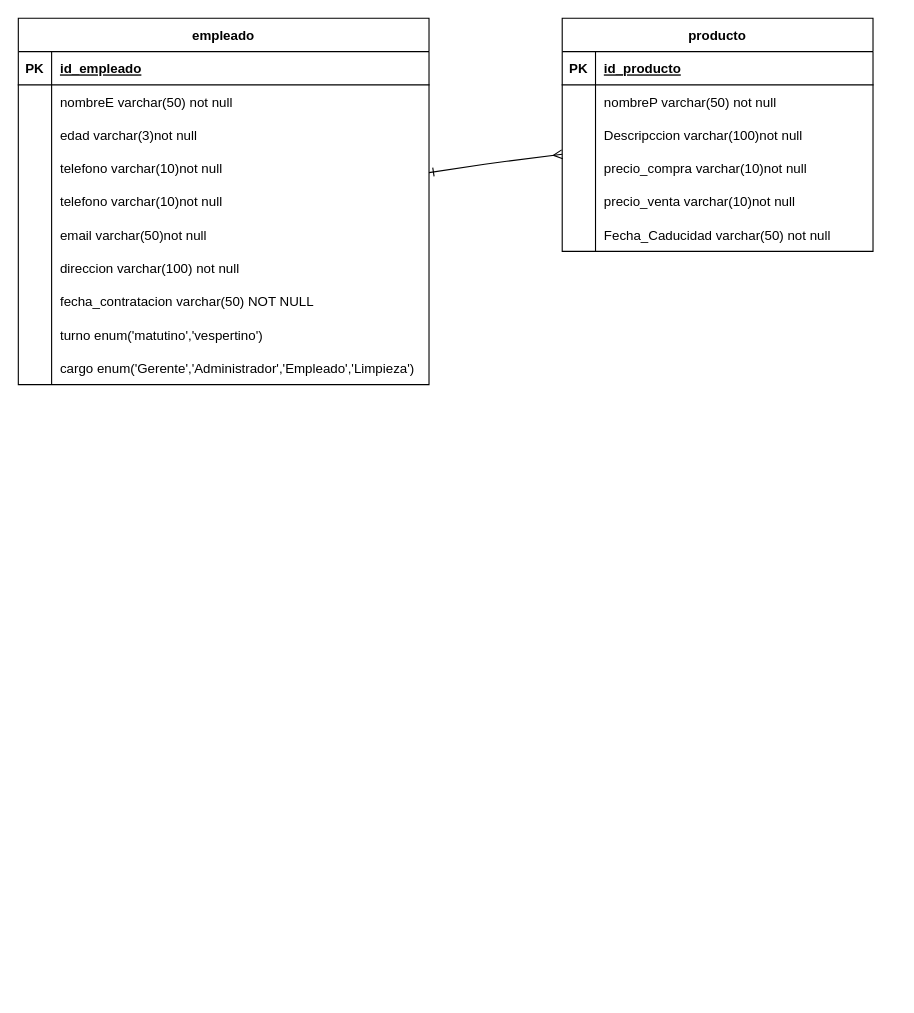
This is page "tabla-identidad_relacion" (2 of 2) of DIAGRAMAS/TIENDA.dio from HECTOR-KDM02/FDB-Hector-Santiago, a draw.io file, before an edit. Source tidied: cells renumbered, new cells numbered last; positions are measured from the earlier drawing's top-left corner, leaving out a move shared by most shapes. Both pictures are drawn from the tidied source at 111%, with x=0, y=0 at pixel (18, 18).
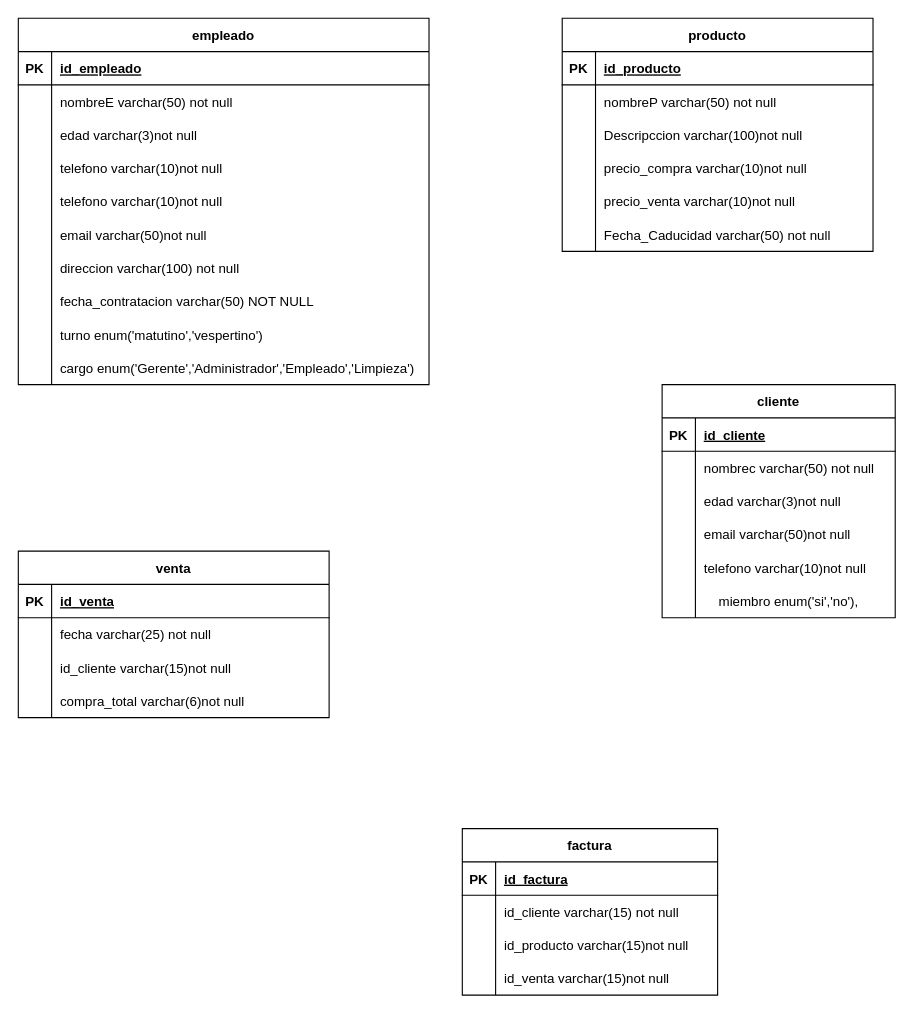
The same page after the edit.

Unchanged cells that the change refers to:
```xml
<mxCell id="2" value="producto" style="shape=table;startSize=30;childLayout=tableLayout;rowLines=0;fontStyle=1;align=center;" parent="1" vertex="1">
  <mxGeometry x="490" width="280" height="210" as="geometry" />
</mxCell>
```

Diff of the diagram source:
```diff
@@
-    <mxCell id="52" style="edgeStyle=none;html=1;endArrow=ERmany;endFill=0;startArrow=ERone;startFill=0;" parent="1" edge="1" target="2">
-      <mxGeometry relative="1" as="geometry">
-        <mxPoint x="370" y="139" as="sourcePoint" />
-        <Array as="points">
-          <mxPoint x="430" y="130" />
-        </Array>
-      </mxGeometry>
-    </mxCell>
+    <mxCell id="53" value="cliente" style="shape=table;startSize=30;childLayout=tableLayout;rowLines=0;fontStyle=1;align=center;" parent="1" vertex="1">
+      <mxGeometry x="580" y="330" width="210" height="210" as="geometry" />
+    </mxCell>
+    <mxCell id="54" style="shape=tableRow;horizontal=0;startSize=0;swimlaneHead=0;swimlaneBody=0;fillColor=none;top=0;left=0;right=0;bottom=1;" parent="53" vertex="1">
+      <mxGeometry y="30" width="210" height="30" as="geometry" />
+    </mxCell>
+    <mxCell id="55" value="PK" style="shape=partialRectangle;fillColor=none;top=0;left=0;bottom=0;right=0;fontStyle=1;overflow=hidden;" parent="54" vertex="1">
+      <mxGeometry width="30" height="30" as="geometry" />
+    </mxCell>
+    <mxCell id="56" value="id_cliente" style="shape=partialRectangle;fillColor=none;top=0;left=0;bottom=0;right=0;align=left;spacingLeft=6;fontStyle=5;overflow=hidden;" parent="54" vertex="1">
+      <mxGeometry x="30" width="180" height="30" as="geometry" />
+    </mxCell>
+    <mxCell id="57" style="shape=tableRow;horizontal=0;startSize=0;swimlaneHead=0;swimlaneBody=0;fillColor=none;top=0;left=0;right=0;bottom=0;" parent="53" vertex="1">
+      <mxGeometry y="60" width="210" height="30" as="geometry" />
+    </mxCell>
+    <mxCell id="58" style="shape=partialRectangle;fillColor=none;top=0;left=0;bottom=0;right=0;overflow=hidden;" parent="57" vertex="1">
+      <mxGeometry width="30" height="30" as="geometry" />
+    </mxCell>
+    <mxCell id="59" value="nombrec varchar(50) not null" style="shape=partialRectangle;fillColor=none;top=0;left=0;bottom=0;right=0;align=left;spacingLeft=6;overflow=hidden;" parent="57" vertex="1">
+      <mxGeometry x="30" width="180" height="30" as="geometry" />
+    </mxCell>
+    <mxCell id="60" style="shape=tableRow;horizontal=0;startSize=0;swimlaneHead=0;swimlaneBody=0;fillColor=none;top=0;left=0;right=0;bottom=0;" parent="53" vertex="1">
+      <mxGeometry y="90" width="210" height="30" as="geometry" />
+    </mxCell>
+    <mxCell id="61" style="shape=partialRectangle;fillColor=none;top=0;left=0;bottom=0;right=0;overflow=hidden;" parent="60" vertex="1">
+      <mxGeometry width="30" height="30" as="geometry" />
+    </mxCell>
+    <mxCell id="62" value="edad varchar(3)not null" style="shape=partialRectangle;fillColor=none;top=0;left=0;bottom=0;right=0;align=left;spacingLeft=6;overflow=hidden;" parent="60" vertex="1">
+      <mxGeometry x="30" width="180" height="30" as="geometry" />
+    </mxCell>
+    <mxCell id="63" style="shape=tableRow;horizontal=0;startSize=0;swimlaneHead=0;swimlaneBody=0;fillColor=none;top=0;left=0;right=0;bottom=0;" parent="53" vertex="1">
+      <mxGeometry y="120" width="210" height="30" as="geometry" />
+    </mxCell>
+    <mxCell id="64" style="shape=partialRectangle;fillColor=none;top=0;left=0;bottom=0;right=0;overflow=hidden;" parent="63" vertex="1">
+      <mxGeometry width="30" height="30" as="geometry" />
+    </mxCell>
+    <mxCell id="65" value="email varchar(50)not null" style="shape=partialRectangle;fillColor=none;top=0;left=0;bottom=0;right=0;align=left;spacingLeft=6;overflow=hidden;" parent="63" vertex="1">
+      <mxGeometry x="30" width="180" height="30" as="geometry" />
+    </mxCell>
+    <mxCell id="66" style="shape=tableRow;horizontal=0;startSize=0;swimlaneHead=0;swimlaneBody=0;fillColor=none;top=0;left=0;right=0;bottom=0;" parent="53" vertex="1">
+      <mxGeometry y="150" width="210" height="30" as="geometry" />
+    </mxCell>
+    <mxCell id="67" style="shape=partialRectangle;fillColor=none;top=0;left=0;bottom=0;right=0;overflow=hidden;" parent="66" vertex="1">
+      <mxGeometry width="30" height="30" as="geometry" />
+    </mxCell>
+    <mxCell id="68" value="telefono varchar(10)not null" style="shape=partialRectangle;fillColor=none;top=0;left=0;bottom=0;right=0;align=left;spacingLeft=6;overflow=hidden;" parent="66" vertex="1">
+      <mxGeometry x="30" width="180" height="30" as="geometry" />
+    </mxCell>
+    <mxCell id="69" style="shape=tableRow;horizontal=0;startSize=0;swimlaneHead=0;swimlaneBody=0;fillColor=none;top=0;left=0;right=0;bottom=0;" parent="53" vertex="1">
+      <mxGeometry y="180" width="210" height="30" as="geometry" />
+    </mxCell>
+    <mxCell id="70" style="shape=partialRectangle;fillColor=none;top=0;left=0;bottom=0;right=0;overflow=hidden;" parent="69" vertex="1">
+      <mxGeometry width="30" height="30" as="geometry" />
+    </mxCell>
+    <mxCell id="71" value="    miembro enum('si','no')," style="shape=partialRectangle;fillColor=none;top=0;left=0;bottom=0;right=0;align=left;spacingLeft=6;overflow=hidden;" parent="69" vertex="1">
+      <mxGeometry x="30" width="180" height="30" as="geometry" />
+    </mxCell>
+    <mxCell id="72" value="venta" style="shape=table;startSize=30;childLayout=tableLayout;rowLines=0;fontStyle=1;align=center;" parent="1" vertex="1">
+      <mxGeometry y="480" width="280" height="150" as="geometry" />
+    </mxCell>
+    <mxCell id="73" style="shape=tableRow;horizontal=0;startSize=0;swimlaneHead=0;swimlaneBody=0;fillColor=none;top=0;left=0;right=0;bottom=1;" parent="72" vertex="1">
+      <mxGeometry y="30" width="280" height="30" as="geometry" />
+    </mxCell>
+    <mxCell id="74" value="PK" style="shape=partialRectangle;fillColor=none;top=0;left=0;bottom=0;right=0;fontStyle=1;overflow=hidden;" parent="73" vertex="1">
+      <mxGeometry width="30" height="30" as="geometry" />
+    </mxCell>
+    <mxCell id="75" value="id_venta" style="shape=partialRectangle;fillColor=none;top=0;left=0;bottom=0;right=0;align=left;spacingLeft=6;fontStyle=5;overflow=hidden;" parent="73" vertex="1">
+      <mxGeometry x="30" width="250" height="30" as="geometry" />
+    </mxCell>
+    <mxCell id="76" style="shape=tableRow;horizontal=0;startSize=0;swimlaneHead=0;swimlaneBody=0;fillColor=none;top=0;left=0;right=0;bottom=0;" parent="72" vertex="1">
+      <mxGeometry y="60" width="280" height="30" as="geometry" />
+    </mxCell>
+    <mxCell id="77" style="shape=partialRectangle;fillColor=none;top=0;left=0;bottom=0;right=0;overflow=hidden;" parent="76" vertex="1">
+      <mxGeometry width="30" height="30" as="geometry" />
+    </mxCell>
+    <mxCell id="78" value="fecha varchar(25) not null" style="shape=partialRectangle;fillColor=none;top=0;left=0;bottom=0;right=0;align=left;spacingLeft=6;overflow=hidden;" parent="76" vertex="1">
+      <mxGeometry x="30" width="250" height="30" as="geometry" />
+    </mxCell>
+    <mxCell id="79" style="shape=tableRow;horizontal=0;startSize=0;swimlaneHead=0;swimlaneBody=0;fillColor=none;top=0;left=0;right=0;bottom=0;" parent="72" vertex="1">
+      <mxGeometry y="90" width="280" height="30" as="geometry" />
+    </mxCell>
+    <mxCell id="80" style="shape=partialRectangle;fillColor=none;top=0;left=0;bottom=0;right=0;overflow=hidden;" parent="79" vertex="1">
+      <mxGeometry width="30" height="30" as="geometry" />
+    </mxCell>
+    <mxCell id="81" value="id_cliente varchar(15)not null" style="shape=partialRectangle;fillColor=none;top=0;left=0;bottom=0;right=0;align=left;spacingLeft=6;overflow=hidden;" parent="79" vertex="1">
+      <mxGeometry x="30" width="250" height="30" as="geometry" />
+    </mxCell>
+    <mxCell id="82" style="shape=tableRow;horizontal=0;startSize=0;swimlaneHead=0;swimlaneBody=0;fillColor=none;top=0;left=0;right=0;bottom=0;" parent="72" vertex="1">
+      <mxGeometry y="120" width="280" height="30" as="geometry" />
+    </mxCell>
+    <mxCell id="83" style="shape=partialRectangle;fillColor=none;top=0;left=0;bottom=0;right=0;overflow=hidden;" parent="82" vertex="1">
+      <mxGeometry width="30" height="30" as="geometry" />
+    </mxCell>
+    <mxCell id="84" value="compra_total varchar(6)not null" style="shape=partialRectangle;fillColor=none;top=0;left=0;bottom=0;right=0;align=left;spacingLeft=6;overflow=hidden;" parent="82" vertex="1">
+      <mxGeometry x="30" width="250" height="30" as="geometry" />
+    </mxCell>
+    <mxCell id="85" value="factura" style="shape=table;startSize=30;childLayout=tableLayout;rowLines=0;fontStyle=1;align=center;" parent="1" vertex="1">
+      <mxGeometry x="400" y="730" width="230" height="150" as="geometry" />
+    </mxCell>
+    <mxCell id="86" style="shape=tableRow;horizontal=0;startSize=0;swimlaneHead=0;swimlaneBody=0;fillColor=none;top=0;left=0;right=0;bottom=1;" parent="85" vertex="1">
+      <mxGeometry y="30" width="230" height="30" as="geometry" />
+    </mxCell>
+    <mxCell id="87" value="PK" style="shape=partialRectangle;fillColor=none;top=0;left=0;bottom=0;right=0;fontStyle=1;overflow=hidden;" parent="86" vertex="1">
+      <mxGeometry width="30" height="30" as="geometry" />
+    </mxCell>
+    <mxCell id="88" value="id_factura" style="shape=partialRectangle;fillColor=none;top=0;left=0;bottom=0;right=0;align=left;spacingLeft=6;fontStyle=5;overflow=hidden;" parent="86" vertex="1">
+      <mxGeometry x="30" width="200" height="30" as="geometry" />
+    </mxCell>
+    <mxCell id="89" style="shape=tableRow;horizontal=0;startSize=0;swimlaneHead=0;swimlaneBody=0;fillColor=none;top=0;left=0;right=0;bottom=0;" parent="85" vertex="1">
+      <mxGeometry y="60" width="230" height="30" as="geometry" />
+    </mxCell>
+    <mxCell id="90" style="shape=partialRectangle;fillColor=none;top=0;left=0;bottom=0;right=0;overflow=hidden;" parent="89" vertex="1">
+      <mxGeometry width="30" height="30" as="geometry" />
+    </mxCell>
+    <mxCell id="91" value="id_cliente varchar(15) not null" style="shape=partialRectangle;fillColor=none;top=0;left=0;bottom=0;right=0;align=left;spacingLeft=6;overflow=hidden;" parent="89" vertex="1">
+      <mxGeometry x="30" width="200" height="30" as="geometry" />
+    </mxCell>
+    <mxCell id="92" style="shape=tableRow;horizontal=0;startSize=0;swimlaneHead=0;swimlaneBody=0;fillColor=none;top=0;left=0;right=0;bottom=0;" parent="85" vertex="1">
+      <mxGeometry y="90" width="230" height="30" as="geometry" />
+    </mxCell>
+    <mxCell id="93" style="shape=partialRectangle;fillColor=none;top=0;left=0;bottom=0;right=0;overflow=hidden;" parent="92" vertex="1">
+      <mxGeometry width="30" height="30" as="geometry" />
+    </mxCell>
+    <mxCell id="94" value="id_producto varchar(15)not null" style="shape=partialRectangle;fillColor=none;top=0;left=0;bottom=0;right=0;align=left;spacingLeft=6;overflow=hidden;" parent="92" vertex="1">
+      <mxGeometry x="30" width="200" height="30" as="geometry" />
+    </mxCell>
+    <mxCell id="95" style="shape=tableRow;horizontal=0;startSize=0;swimlaneHead=0;swimlaneBody=0;fillColor=none;top=0;left=0;right=0;bottom=0;" parent="85" vertex="1">
+      <mxGeometry y="120" width="230" height="30" as="geometry" />
+    </mxCell>
+    <mxCell id="96" style="shape=partialRectangle;fillColor=none;top=0;left=0;bottom=0;right=0;overflow=hidden;" parent="95" vertex="1">
+      <mxGeometry width="30" height="30" as="geometry" />
+    </mxCell>
+    <mxCell id="97" value="id_venta varchar(15)not null" style="shape=partialRectangle;fillColor=none;top=0;left=0;bottom=0;right=0;align=left;spacingLeft=6;overflow=hidden;" parent="95" vertex="1">
+      <mxGeometry x="30" width="200" height="30" as="geometry" />
+    </mxCell>
```
